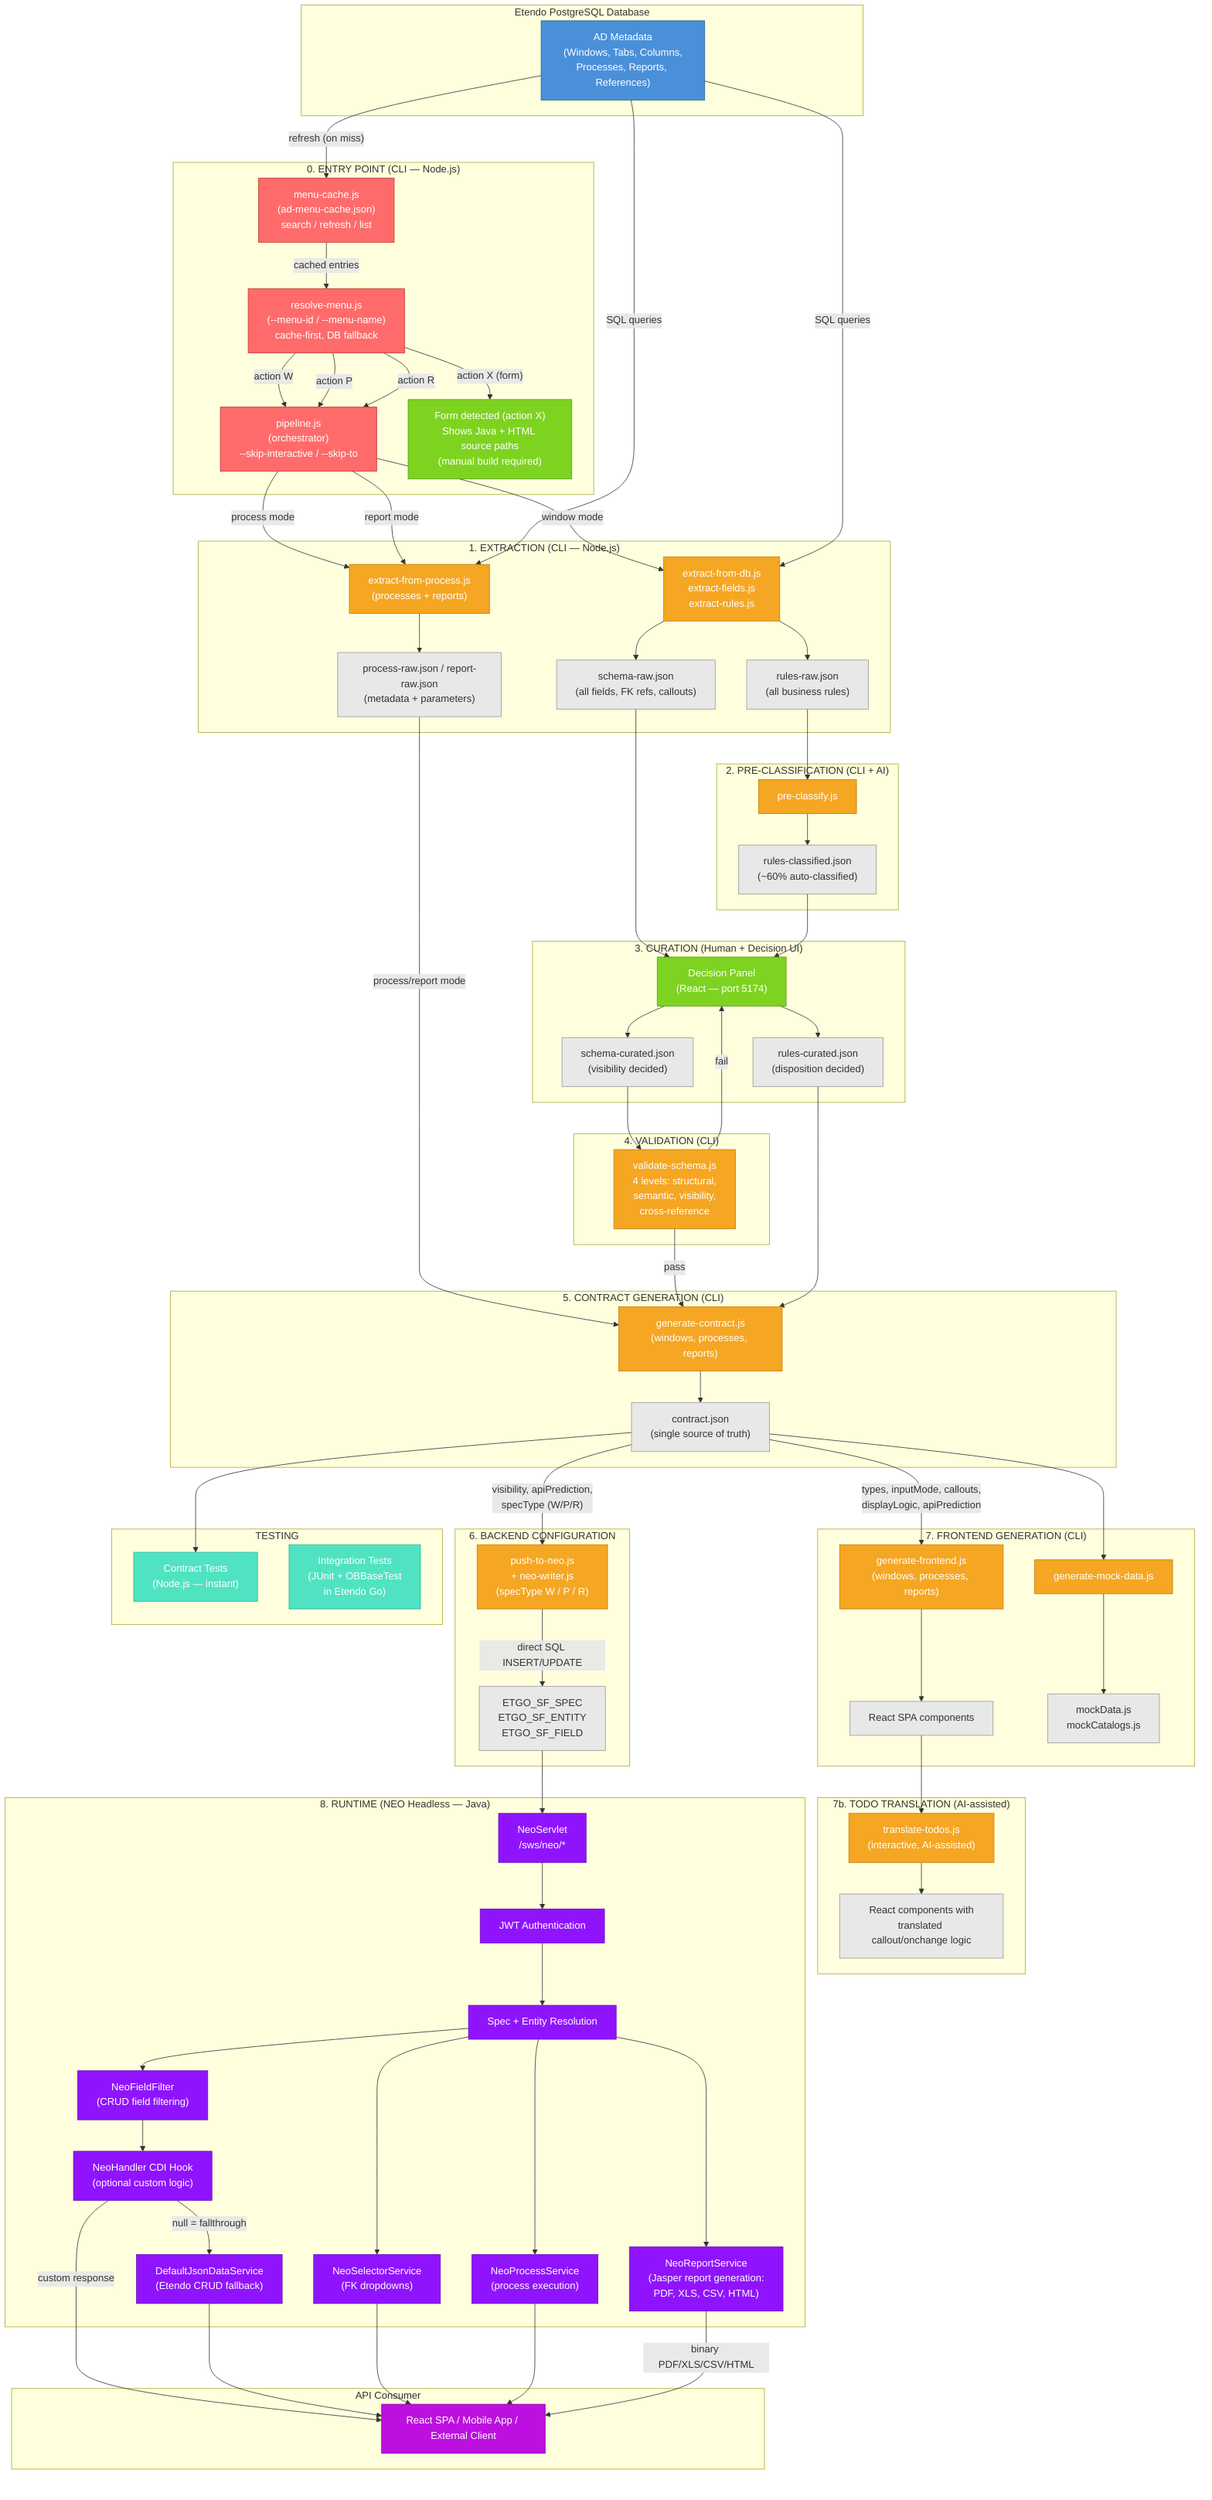
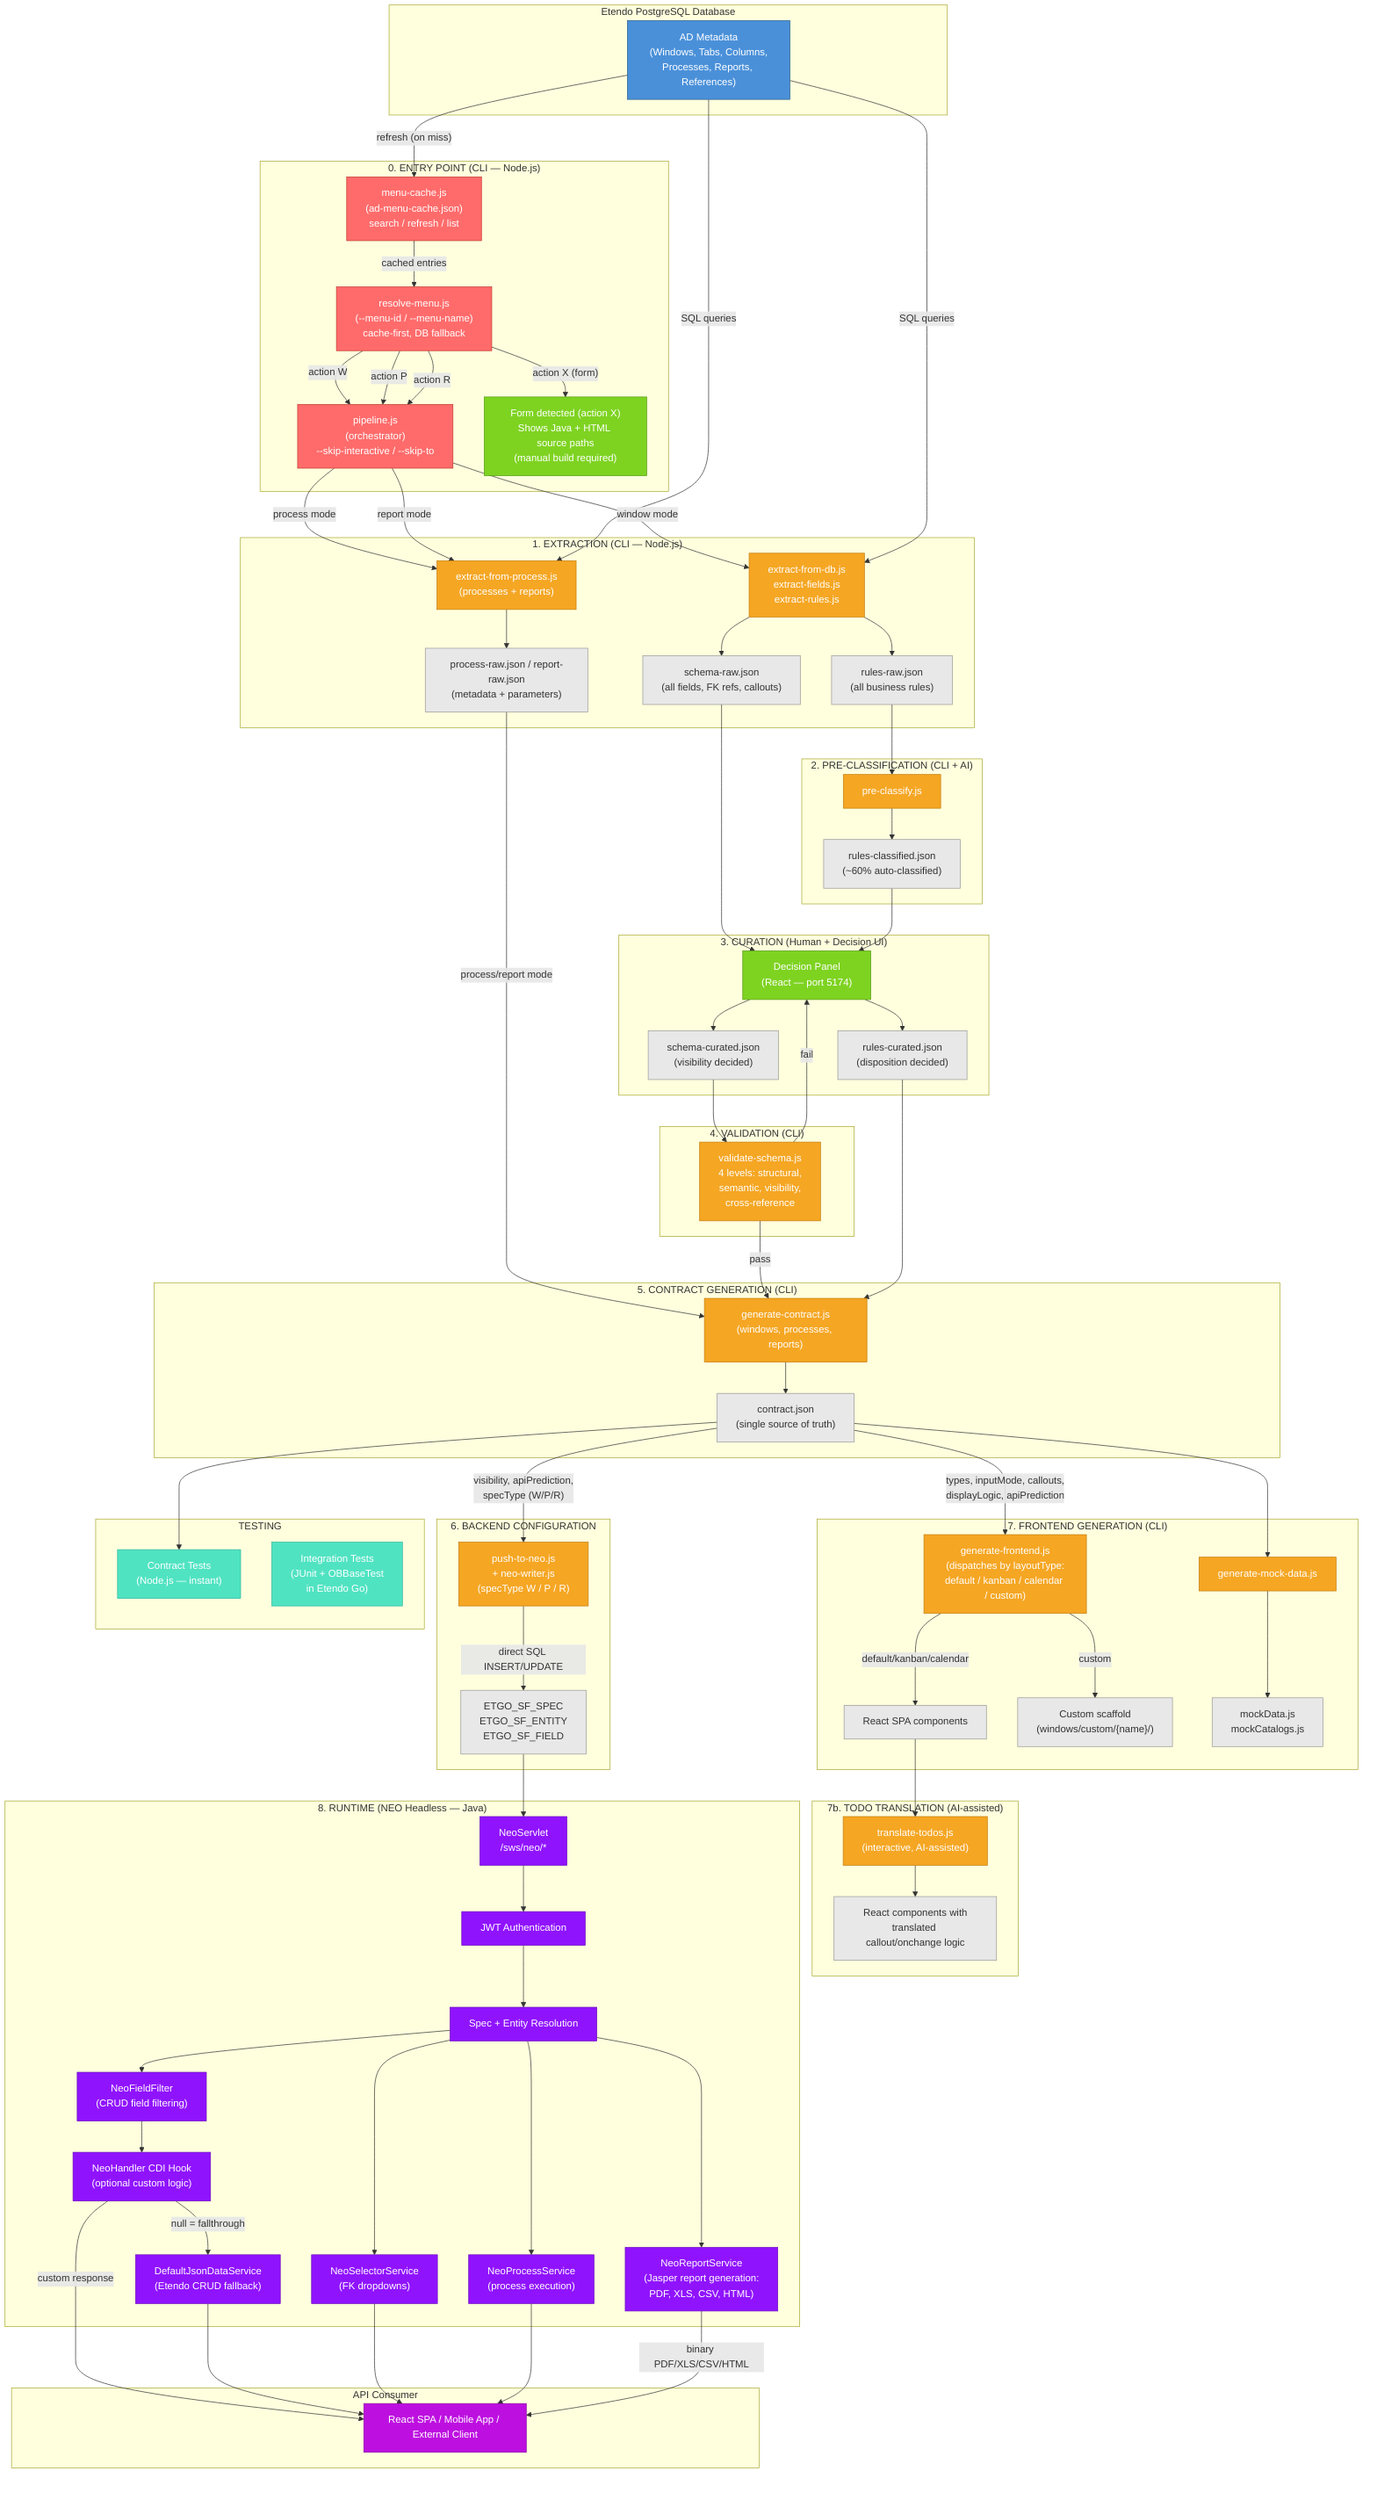
flowchart TD
    subgraph EtendoDB["Etendo PostgreSQL Database"]
        AD["AD Metadata<br/>(Windows, Tabs, Columns,<br/>Processes, Reports, References)"]
    end

    subgraph EntryPoint["0. ENTRY POINT (CLI — Node.js)"]
        CACHE["menu-cache.js<br/>(ad-menu-cache.json)<br/>search / refresh / list"]
        MENU["resolve-menu.js<br/>(--menu-id / --menu-name)<br/>cache-first, DB fallback"]
        PIPE["pipeline.js<br/>(orchestrator)<br/>--skip-interactive / --skip-to"]
        FORM_INFO["Form detected (action X)<br/>Shows Java + HTML source paths<br/>(manual build required)"]
    end

    subgraph Extraction["1. EXTRACTION (CLI — Node.js)"]
        EXT["extract-from-db.js<br/>extract-fields.js<br/>extract-rules.js"]
        PEXT["extract-from-process.js<br/>(processes + reports)"]
        RAW_S["schema-raw.json<br/>(all fields, FK refs, callouts)"]
        RAW_R["rules-raw.json<br/>(all business rules)"]
        RAW_P["process-raw.json / report-raw.json<br/>(metadata + parameters)"]
    end

    subgraph PreClassify["2. PRE-CLASSIFICATION (CLI + AI)"]
        PC["pre-classify.js"]
        CLASS_R["rules-classified.json<br/>(~60% auto-classified)"]
    end

    subgraph Curation["3. CURATION (Human + Decision UI)"]
        DP["Decision Panel<br/>(React — port 5174)"]
        CUR_S["schema-curated.json<br/>(visibility decided)"]
        CUR_R["rules-curated.json<br/>(disposition decided)"]
    end

    subgraph Validation["4. VALIDATION (CLI)"]
        VAL["validate-schema.js<br/>4 levels: structural,<br/>semantic, visibility,<br/>cross-reference"]
    end

    subgraph ContractGen["5. CONTRACT GENERATION (CLI)"]
        GC["generate-contract.js<br/>(windows, processes, reports)"]
        CONTRACT["contract.json<br/>(single source of truth)"]
    end

    subgraph BackendConfig["6. BACKEND CONFIGURATION"]
        PTN["push-to-neo.js<br/>+ neo-writer.js<br/>(specType W / P / R)"]
        TABLES["ETGO_SF_SPEC<br/>ETGO_SF_ENTITY<br/>ETGO_SF_FIELD"]
    end

    subgraph FrontendGen["7. FRONTEND GENERATION (CLI)"]
-         GF["generate-frontend.js<br/>(windows, processes, reports)"]
+         GF["generate-frontend.js<br/>(dispatches by layoutType:<br/>default / kanban / calendar / custom)"]
        GM["generate-mock-data.js"]
        REACT["React SPA components"]
+         CUSTOM["Custom scaffold<br/>(windows/custom/{name}/)"]
        MOCK["mockData.js<br/>mockCatalogs.js"]
    end

    subgraph TodoTranslation["7b. TODO TRANSLATION (AI-assisted)"]
        TT["translate-todos.js<br/>(interactive, AI-assisted)"]
        TT_OUT["React components with<br/>translated callout/onchange logic"]
    end

    subgraph Runtime["8. RUNTIME (NEO Headless — Java)"]
        NEO["NeoServlet<br/>/sws/neo/*"]
        AUTH["JWT Authentication"]
        RESOLVE["Spec + Entity Resolution"]
        FILTER["NeoFieldFilter<br/>(CRUD field filtering)"]
        HANDLER["NeoHandler CDI Hook<br/>(optional custom logic)"]
        DS["DefaultJsonDataService<br/>(Etendo CRUD fallback)"]
        SEL["NeoSelectorService<br/>(FK dropdowns)"]
        PROC["NeoProcessService<br/>(process execution)"]
        RPT["NeoReportService<br/>(Jasper report generation:<br/>PDF, XLS, CSV, HTML)"]
    end

    subgraph Testing["TESTING"]
        CT["Contract Tests<br/>(Node.js — instant)"]
        IT["Integration Tests<br/>(JUnit + OBBaseTest<br/>in Etendo Go)"]
    end

    subgraph Client["API Consumer"]
        APP["React SPA / Mobile App / External Client"]
    end

    %% Entry point: cache → menu resolution → pipeline orchestrator
    AD -->|"refresh (on miss)"| CACHE
    CACHE -->|cached entries| MENU
    MENU -->|"action W"| PIPE
    MENU -->|"action P"| PIPE
    MENU -->|"action R"| PIPE
    MENU -->|"action X (form)"| FORM_INFO

    %% Pipeline dispatches to correct extraction
    PIPE -->|window mode| EXT
    PIPE -->|process mode| PEXT
    PIPE -->|report mode| PEXT

    %% Window extraction
    AD -->|SQL queries| EXT
    EXT --> RAW_S
    EXT --> RAW_R

    %% Process/report extraction
    AD -->|SQL queries| PEXT
    PEXT --> RAW_P

    %% Process/report pipeline (simplified: extract → contract → push → frontend)
    RAW_P -->|process/report mode| GC

    %% Pre-classification (windows only)
    RAW_R --> PC
    PC --> CLASS_R

    %% Curation (windows only)
    RAW_S --> DP
    CLASS_R --> DP
    DP --> CUR_S
    DP --> CUR_R

    %% Validation (windows only)
    CUR_S --> VAL
    VAL -->|fail| DP
    VAL -->|pass| GC

    %% Contract generation (single source of truth)
    CUR_R --> GC
    GC --> CONTRACT

    %% Backend: contract → push-to-neo → direct DB → NEO Headless
    CONTRACT -->|"visibility, apiPrediction,<br/>specType (W/P/R)"| PTN
    PTN -->|direct SQL INSERT/UPDATE| TABLES

    %% Frontend: contract → React SPA + mock data
    CONTRACT -->|"types, inputMode, callouts,<br/>displayLogic, apiPrediction"| GF
    CONTRACT --> GM
-     GF --> REACT
+     GF -->|"default/kanban/calendar"| REACT
+     GF -->|"custom"| CUSTOM
    GM --> MOCK

    %% TODO Translation (windows only, after frontend generation)
    REACT --> TT
    TT --> TT_OUT

    %% Runtime
    TABLES --> NEO
    NEO --> AUTH
    AUTH --> RESOLVE
    RESOLVE --> FILTER
    FILTER --> HANDLER
    HANDLER -->|custom response| APP
    HANDLER -->|null = fallthrough| DS
    DS --> APP
    RESOLVE --> SEL
    RESOLVE --> PROC
    RESOLVE --> RPT
    SEL --> APP
    PROC --> APP
    RPT -->|binary PDF/XLS/CSV/HTML| APP

    %% Testing
    CONTRACT --> CT

    %% Styling
    classDef db fill:#4a90d9,stroke:#2c5f8a,color:white
    classDef cli fill:#f5a623,stroke:#c47d0e,color:white
    classDef human fill:#7ed321,stroke:#5a9a18,color:white
    classDef webhook fill:#d0021b,stroke:#a00216,color:white
    classDef runtime fill:#9013fe,stroke:#6b0ebf,color:white
    classDef artifact fill:#e8e8e8,stroke:#999,color:#333
    classDef test fill:#50e3c2,stroke:#2db89e,color:white
    classDef client fill:#bd10e0,stroke:#8a0ca5,color:white
    classDef entry fill:#ff6b6b,stroke:#c0392b,color:white

    class AD db
    class EXT,PEXT,PC,VAL cli
    class DP human
    class NEO,AUTH,RESOLVE,FILTER,HANDLER,DS,SEL,PROC,RPT runtime
-     class RAW_S,RAW_R,RAW_P,CLASS_R,CUR_S,CUR_R,TABLES,CONTRACT,REACT,MOCK artifact
+     class RAW_S,RAW_R,RAW_P,CLASS_R,CUR_S,CUR_R,TABLES,CONTRACT,REACT,CUSTOM,MOCK artifact
    class CT,IT test
    class APP client
    class GC,PTN,GF,GM,TT cli
    class TT_OUT artifact
    class CACHE,MENU,PIPE entry
    class FORM_INFO human
